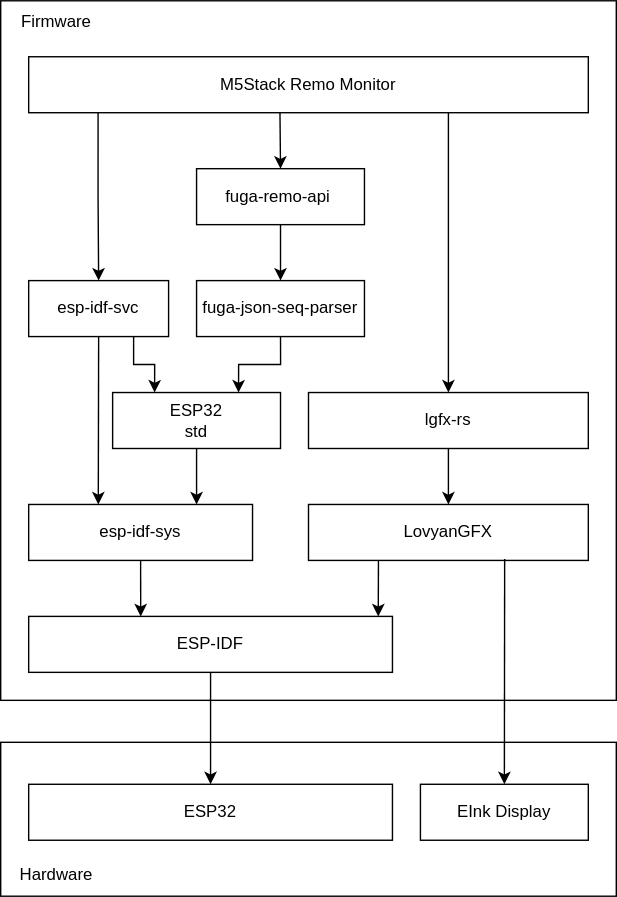
ciniml/m5stack-remo-monitor keeps this draw.io diagram as doc/firmware.drawio.svg. Above is the earlier version. Source tidied: cells renumbered, new cells last; positions are measured from the earlier drawing's top-left corner, leaving out a move shared by most shapes. The source it was exported from:
```xml
<mxGraphModel>
  <root>
    <mxCell id="0" />
    <mxCell id="1" parent="0" />
    <mxCell id="2" style="rounded=0;whiteSpace=wrap;html=1;" parent="1" vertex="1">
      <mxGeometry y="530" width="440" height="110" as="geometry" />
    </mxCell>
    <mxCell id="3" style="rounded=0;whiteSpace=wrap;html=1;" parent="1" vertex="1">
      <mxGeometry width="440" height="500" as="geometry" />
    </mxCell>
    <mxCell id="4" style="edgeStyle=none;html=1;exitX=0.5;exitY=1;exitDx=0;exitDy=0;entryX=0.5;entryY=0;entryDx=0;entryDy=0;" parent="1" edge="1" source="5" target="21">
      <mxGeometry relative="1" as="geometry" />
    </mxCell>
    <mxCell id="5" value="ESP-IDF" style="rounded=0;whiteSpace=wrap;html=1;" parent="1" vertex="1">
      <mxGeometry x="20" y="440" width="260" height="40" as="geometry" />
    </mxCell>
    <mxCell id="6" style="edgeStyle=none;html=1;exitX=0.5;exitY=1;exitDx=0;exitDy=0;entryX=0.308;entryY=0;entryDx=0;entryDy=0;entryPerimeter=0;" parent="1" edge="1" source="7" target="5">
      <mxGeometry relative="1" as="geometry" />
    </mxCell>
    <mxCell id="7" value="esp-idf-sys" style="rounded=0;whiteSpace=wrap;html=1;" parent="1" vertex="1">
      <mxGeometry x="20" y="360" width="160" height="40" as="geometry" />
    </mxCell>
    <mxCell id="8" style="edgeStyle=none;html=1;exitX=0.5;exitY=1;exitDx=0;exitDy=0;entryX=0.311;entryY=0;entryDx=0;entryDy=0;entryPerimeter=0;" parent="1" edge="1" source="11" target="7">
      <mxGeometry relative="1" as="geometry" />
    </mxCell>
    <mxCell id="9" style="edgeStyle=orthogonalEdgeStyle;rounded=0;html=1;exitX=0.124;exitY=1;exitDx=0;exitDy=0;entryX=0.5;entryY=0;entryDx=0;entryDy=0;exitPerimeter=0;" parent="1" edge="1" source="25" target="11">
      <mxGeometry relative="1" as="geometry" />
    </mxCell>
    <mxCell id="10" style="edgeStyle=orthogonalEdgeStyle;rounded=0;html=1;exitX=0.75;exitY=1;exitDx=0;exitDy=0;entryX=0.25;entryY=0;entryDx=0;entryDy=0;" parent="1" edge="1" source="11" target="27">
      <mxGeometry relative="1" as="geometry" />
    </mxCell>
    <mxCell id="11" value="esp-idf-svc" style="rounded=0;whiteSpace=wrap;html=1;" parent="1" vertex="1">
      <mxGeometry x="20" y="200" width="100" height="40" as="geometry" />
    </mxCell>
    <mxCell id="12" style="edgeStyle=none;html=1;exitX=0.25;exitY=1;exitDx=0;exitDy=0;entryX=0.961;entryY=0;entryDx=0;entryDy=0;entryPerimeter=0;" parent="1" edge="1" source="13" target="5">
      <mxGeometry relative="1" as="geometry" />
    </mxCell>
    <mxCell id="13" value="LovyanGFX" style="rounded=0;whiteSpace=wrap;html=1;" parent="1" vertex="1">
      <mxGeometry x="220" y="360" width="200" height="40" as="geometry" />
    </mxCell>
    <mxCell id="14" style="edgeStyle=none;html=1;exitX=0.5;exitY=1;exitDx=0;exitDy=0;entryX=0.5;entryY=0;entryDx=0;entryDy=0;" parent="1" edge="1" source="15" target="13">
      <mxGeometry relative="1" as="geometry" />
    </mxCell>
    <mxCell id="15" value="lgfx-rs" style="rounded=0;whiteSpace=wrap;html=1;" parent="1" vertex="1">
      <mxGeometry x="220" y="280" width="200" height="40" as="geometry" />
    </mxCell>
    <mxCell id="16" style="edgeStyle=none;html=1;exitX=0.449;exitY=0.992;exitDx=0;exitDy=0;entryX=0.5;entryY=0;entryDx=0;entryDy=0;exitPerimeter=0;" parent="1" edge="1" source="25" target="18">
      <mxGeometry relative="1" as="geometry" />
    </mxCell>
    <mxCell id="17" style="edgeStyle=none;html=1;exitX=0.5;exitY=1;exitDx=0;exitDy=0;entryX=0.5;entryY=0;entryDx=0;entryDy=0;" parent="1" edge="1" source="18" target="20">
      <mxGeometry relative="1" as="geometry" />
    </mxCell>
    <mxCell id="18" value="fuga-remo-api&lt;span style=&quot;color: rgba(0, 0, 0, 0); font-family: monospace; font-size: 0px; text-align: start;&quot;&gt;%3CmxGraphModel%3E%3Croot%3E%3CmxCell%20id%3D%220%22%2F%3E%3CmxCell%20id%3D%221%22%20parent%3D%220%22%2F%3E%3CmxCell%20id%3D%222%22%20value%3D%22lgfx-rs%22%20style%3D%22rounded%3D0%3BwhiteSpace%3Dwrap%3Bhtml%3D1%3B%22%20vertex%3D%221%22%20parent%3D%221%22%3E%3CmxGeometry%20x%3D%22540%22%20y%3D%22500%22%20width%3D%22120%22%20height%3D%2260%22%20as%3D%22geometry%22%2F%3E%3C%2FmxCell%3E%3C%2Froot%3E%3C%2FmxGraphModel%3E&lt;/span&gt;" style="rounded=0;whiteSpace=wrap;html=1;" parent="1" vertex="1">
      <mxGeometry x="140" y="120" width="120" height="40" as="geometry" />
    </mxCell>
    <mxCell id="19" style="edgeStyle=orthogonalEdgeStyle;html=1;exitX=0.5;exitY=1;exitDx=0;exitDy=0;entryX=0.75;entryY=0;entryDx=0;entryDy=0;rounded=0;" parent="1" edge="1" source="20" target="27">
      <mxGeometry relative="1" as="geometry" />
    </mxCell>
    <mxCell id="20" value="fuga-json-seq-parser" style="rounded=0;whiteSpace=wrap;html=1;" parent="1" vertex="1">
      <mxGeometry x="140" y="200" width="120" height="40" as="geometry" />
    </mxCell>
    <mxCell id="21" value="ESP32" style="rounded=0;whiteSpace=wrap;html=1;" parent="1" vertex="1">
      <mxGeometry x="20" y="560" width="260" height="40" as="geometry" />
    </mxCell>
    <mxCell id="22" style="edgeStyle=none;html=1;exitX=0.701;exitY=0.975;exitDx=0;exitDy=0;entryX=0.5;entryY=0;entryDx=0;entryDy=0;exitPerimeter=0;" parent="1" edge="1" source="13" target="23">
      <mxGeometry relative="1" as="geometry" />
    </mxCell>
    <mxCell id="23" value="EInk Display" style="rounded=0;whiteSpace=wrap;html=1;" parent="1" vertex="1">
      <mxGeometry x="300" y="560" width="120" height="40" as="geometry" />
    </mxCell>
    <mxCell id="24" style="edgeStyle=none;html=1;exitX=0.75;exitY=1;exitDx=0;exitDy=0;entryX=0.5;entryY=0;entryDx=0;entryDy=0;" parent="1" edge="1" source="25" target="15">
      <mxGeometry relative="1" as="geometry" />
    </mxCell>
    <mxCell id="25" value="M5Stack Remo Monitor" style="rounded=0;whiteSpace=wrap;html=1;" parent="1" vertex="1">
      <mxGeometry x="20" y="40" width="400" height="40" as="geometry" />
    </mxCell>
    <mxCell id="26" style="edgeStyle=none;html=1;exitX=0.5;exitY=1;exitDx=0;exitDy=0;entryX=0.75;entryY=0;entryDx=0;entryDy=0;" parent="1" edge="1" source="27" target="7">
      <mxGeometry relative="1" as="geometry" />
    </mxCell>
    <mxCell id="27" value="ESP32&lt;br&gt;std" style="rounded=0;whiteSpace=wrap;html=1;" parent="1" vertex="1">
      <mxGeometry x="80" y="280" width="120" height="40" as="geometry" />
    </mxCell>
    <mxCell id="28" value="Firmware" style="text;html=1;strokeColor=none;fillColor=none;align=center;verticalAlign=middle;whiteSpace=wrap;rounded=0;" parent="1" vertex="1">
      <mxGeometry width="80" height="30" as="geometry" />
    </mxCell>
    <mxCell id="29" value="Hardware" style="text;html=1;strokeColor=none;fillColor=none;align=center;verticalAlign=middle;whiteSpace=wrap;rounded=0;" parent="1" vertex="1">
      <mxGeometry y="610" width="80" height="30" as="geometry" />
    </mxCell>
  </root>
</mxGraphModel>
```
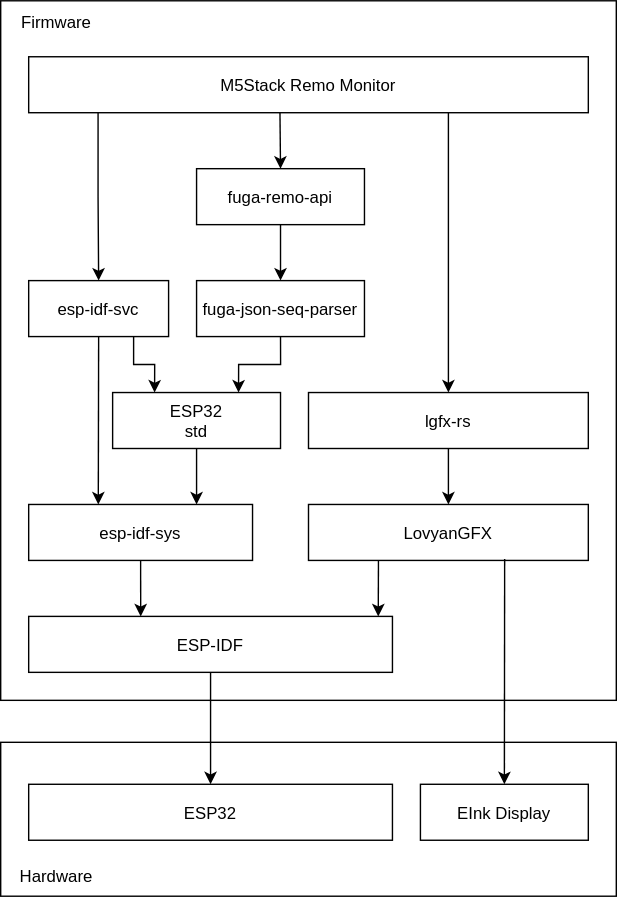
After the change.

What changed in the source:
```diff
@@ -2,88 +2,88 @@
   <root>
     <mxCell id="0" />
     <mxCell id="1" parent="0" />
-    <mxCell id="2" style="rounded=0;whiteSpace=wrap;html=1;" parent="1" vertex="1">
+    <mxCell id="2" style="rounded=0;" parent="1" vertex="1">
       <mxGeometry y="530" width="440" height="110" as="geometry" />
     </mxCell>
-    <mxCell id="3" style="rounded=0;whiteSpace=wrap;html=1;" parent="1" vertex="1">
+    <mxCell id="3" style="rounded=0;" parent="1" vertex="1">
       <mxGeometry width="440" height="500" as="geometry" />
     </mxCell>
-    <mxCell id="4" style="edgeStyle=none;html=1;exitX=0.5;exitY=1;exitDx=0;exitDy=0;entryX=0.5;entryY=0;entryDx=0;entryDy=0;" parent="1" edge="1" source="5" target="21">
+    <mxCell id="4" style="edgeStyle=none;exitX=0.5;exitY=1;exitDx=0;exitDy=0;entryX=0.5;entryY=0;entryDx=0;entryDy=0;" parent="1" edge="1" source="5" target="21">
       <mxGeometry relative="1" as="geometry" />
     </mxCell>
-    <mxCell id="5" value="ESP-IDF" style="rounded=0;whiteSpace=wrap;html=1;" parent="1" vertex="1">
+    <mxCell id="5" value="ESP-IDF" style="rounded=0;" parent="1" vertex="1">
       <mxGeometry x="20" y="440" width="260" height="40" as="geometry" />
     </mxCell>
-    <mxCell id="6" style="edgeStyle=none;html=1;exitX=0.5;exitY=1;exitDx=0;exitDy=0;entryX=0.308;entryY=0;entryDx=0;entryDy=0;entryPerimeter=0;" parent="1" edge="1" source="7" target="5">
+    <mxCell id="6" style="edgeStyle=none;exitX=0.5;exitY=1;exitDx=0;exitDy=0;entryX=0.308;entryY=0;entryDx=0;entryDy=0;entryPerimeter=0;" parent="1" edge="1" source="7" target="5">
       <mxGeometry relative="1" as="geometry" />
     </mxCell>
-    <mxCell id="7" value="esp-idf-sys" style="rounded=0;whiteSpace=wrap;html=1;" parent="1" vertex="1">
+    <mxCell id="7" value="esp-idf-sys" style="rounded=0;" parent="1" vertex="1">
       <mxGeometry x="20" y="360" width="160" height="40" as="geometry" />
     </mxCell>
-    <mxCell id="8" style="edgeStyle=none;html=1;exitX=0.5;exitY=1;exitDx=0;exitDy=0;entryX=0.311;entryY=0;entryDx=0;entryDy=0;entryPerimeter=0;" parent="1" edge="1" source="11" target="7">
+    <mxCell id="8" style="edgeStyle=none;exitX=0.5;exitY=1;exitDx=0;exitDy=0;entryX=0.311;entryY=0;entryDx=0;entryDy=0;entryPerimeter=0;" parent="1" edge="1" source="11" target="7">
       <mxGeometry relative="1" as="geometry" />
     </mxCell>
-    <mxCell id="9" style="edgeStyle=orthogonalEdgeStyle;rounded=0;html=1;exitX=0.124;exitY=1;exitDx=0;exitDy=0;entryX=0.5;entryY=0;entryDx=0;entryDy=0;exitPerimeter=0;" parent="1" edge="1" source="25" target="11">
+    <mxCell id="9" style="edgeStyle=orthogonalEdgeStyle;rounded=0;exitX=0.124;exitY=1;exitDx=0;exitDy=0;entryX=0.5;entryY=0;entryDx=0;entryDy=0;exitPerimeter=0;" parent="1" edge="1" source="25" target="11">
       <mxGeometry relative="1" as="geometry" />
     </mxCell>
-    <mxCell id="10" style="edgeStyle=orthogonalEdgeStyle;rounded=0;html=1;exitX=0.75;exitY=1;exitDx=0;exitDy=0;entryX=0.25;entryY=0;entryDx=0;entryDy=0;" parent="1" edge="1" source="11" target="27">
+    <mxCell id="10" style="edgeStyle=orthogonalEdgeStyle;rounded=0;exitX=0.75;exitY=1;exitDx=0;exitDy=0;entryX=0.25;entryY=0;entryDx=0;entryDy=0;" parent="1" edge="1" source="11" target="27">
       <mxGeometry relative="1" as="geometry" />
     </mxCell>
-    <mxCell id="11" value="esp-idf-svc" style="rounded=0;whiteSpace=wrap;html=1;" parent="1" vertex="1">
+    <mxCell id="11" value="esp-idf-svc" style="rounded=0;" parent="1" vertex="1">
       <mxGeometry x="20" y="200" width="100" height="40" as="geometry" />
     </mxCell>
-    <mxCell id="12" style="edgeStyle=none;html=1;exitX=0.25;exitY=1;exitDx=0;exitDy=0;entryX=0.961;entryY=0;entryDx=0;entryDy=0;entryPerimeter=0;" parent="1" edge="1" source="13" target="5">
+    <mxCell id="12" style="edgeStyle=none;exitX=0.25;exitY=1;exitDx=0;exitDy=0;entryX=0.961;entryY=0;entryDx=0;entryDy=0;entryPerimeter=0;" parent="1" edge="1" source="13" target="5">
       <mxGeometry relative="1" as="geometry" />
     </mxCell>
-    <mxCell id="13" value="LovyanGFX" style="rounded=0;whiteSpace=wrap;html=1;" parent="1" vertex="1">
+    <mxCell id="13" value="LovyanGFX" style="rounded=0;" parent="1" vertex="1">
       <mxGeometry x="220" y="360" width="200" height="40" as="geometry" />
     </mxCell>
-    <mxCell id="14" style="edgeStyle=none;html=1;exitX=0.5;exitY=1;exitDx=0;exitDy=0;entryX=0.5;entryY=0;entryDx=0;entryDy=0;" parent="1" edge="1" source="15" target="13">
+    <mxCell id="14" style="edgeStyle=none;exitX=0.5;exitY=1;exitDx=0;exitDy=0;entryX=0.5;entryY=0;entryDx=0;entryDy=0;" parent="1" edge="1" source="15" target="13">
       <mxGeometry relative="1" as="geometry" />
     </mxCell>
-    <mxCell id="15" value="lgfx-rs" style="rounded=0;whiteSpace=wrap;html=1;" parent="1" vertex="1">
+    <mxCell id="15" value="lgfx-rs" style="rounded=0;" parent="1" vertex="1">
       <mxGeometry x="220" y="280" width="200" height="40" as="geometry" />
     </mxCell>
-    <mxCell id="16" style="edgeStyle=none;html=1;exitX=0.449;exitY=0.992;exitDx=0;exitDy=0;entryX=0.5;entryY=0;entryDx=0;entryDy=0;exitPerimeter=0;" parent="1" edge="1" source="25" target="18">
+    <mxCell id="16" style="edgeStyle=none;exitX=0.449;exitY=0.992;exitDx=0;exitDy=0;entryX=0.5;entryY=0;entryDx=0;entryDy=0;exitPerimeter=0;" parent="1" edge="1" source="25" target="18">
       <mxGeometry relative="1" as="geometry" />
     </mxCell>
-    <mxCell id="17" style="edgeStyle=none;html=1;exitX=0.5;exitY=1;exitDx=0;exitDy=0;entryX=0.5;entryY=0;entryDx=0;entryDy=0;" parent="1" edge="1" source="18" target="20">
+    <mxCell id="17" style="edgeStyle=none;exitX=0.5;exitY=1;exitDx=0;exitDy=0;entryX=0.5;entryY=0;entryDx=0;entryDy=0;" parent="1" edge="1" source="18" target="20">
       <mxGeometry relative="1" as="geometry" />
     </mxCell>
-    <mxCell id="18" value="fuga-remo-api&lt;span style=&quot;color: rgba(0, 0, 0, 0); font-family: monospace; font-size: 0px; text-align: start;&quot;&gt;%3CmxGraphModel%3E%3Croot%3E%3CmxCell%20id%3D%220%22%2F%3E%3CmxCell%20id%3D%221%22%20parent%3D%220%22%2F%3E%3CmxCell%20id%3D%222%22%20value%3D%22lgfx-rs%22%20style%3D%22rounded%3D0%3BwhiteSpace%3Dwrap%3Bhtml%3D1%3B%22%20vertex%3D%221%22%20parent%3D%221%22%3E%3CmxGeometry%20x%3D%22540%22%20y%3D%22500%22%20width%3D%22120%22%20height%3D%2260%22%20as%3D%22geometry%22%2F%3E%3C%2FmxCell%3E%3C%2Froot%3E%3C%2FmxGraphModel%3E&lt;/span&gt;" style="rounded=0;whiteSpace=wrap;html=1;" parent="1" vertex="1">
+    <mxCell id="18" value="fuga-remo-api" style="rounded=0;" parent="1" vertex="1">
       <mxGeometry x="140" y="120" width="120" height="40" as="geometry" />
     </mxCell>
-    <mxCell id="19" style="edgeStyle=orthogonalEdgeStyle;html=1;exitX=0.5;exitY=1;exitDx=0;exitDy=0;entryX=0.75;entryY=0;entryDx=0;entryDy=0;rounded=0;" parent="1" edge="1" source="20" target="27">
+    <mxCell id="19" style="edgeStyle=orthogonalEdgeStyle;exitX=0.5;exitY=1;exitDx=0;exitDy=0;entryX=0.75;entryY=0;entryDx=0;entryDy=0;rounded=0;" parent="1" edge="1" source="20" target="27">
       <mxGeometry relative="1" as="geometry" />
     </mxCell>
-    <mxCell id="20" value="fuga-json-seq-parser" style="rounded=0;whiteSpace=wrap;html=1;" parent="1" vertex="1">
+    <mxCell id="20" value="fuga-json-seq-parser" style="rounded=0;" parent="1" vertex="1">
       <mxGeometry x="140" y="200" width="120" height="40" as="geometry" />
     </mxCell>
-    <mxCell id="21" value="ESP32" style="rounded=0;whiteSpace=wrap;html=1;" parent="1" vertex="1">
+    <mxCell id="21" value="ESP32" style="rounded=0;" parent="1" vertex="1">
       <mxGeometry x="20" y="560" width="260" height="40" as="geometry" />
     </mxCell>
-    <mxCell id="22" style="edgeStyle=none;html=1;exitX=0.701;exitY=0.975;exitDx=0;exitDy=0;entryX=0.5;entryY=0;entryDx=0;entryDy=0;exitPerimeter=0;" parent="1" edge="1" source="13" target="23">
+    <mxCell id="22" style="edgeStyle=none;exitX=0.701;exitY=0.975;exitDx=0;exitDy=0;entryX=0.5;entryY=0;entryDx=0;entryDy=0;exitPerimeter=0;" parent="1" edge="1" source="13" target="23">
       <mxGeometry relative="1" as="geometry" />
     </mxCell>
-    <mxCell id="23" value="EInk Display" style="rounded=0;whiteSpace=wrap;html=1;" parent="1" vertex="1">
+    <mxCell id="23" value="EInk Display" style="rounded=0;" parent="1" vertex="1">
       <mxGeometry x="300" y="560" width="120" height="40" as="geometry" />
     </mxCell>
-    <mxCell id="24" style="edgeStyle=none;html=1;exitX=0.75;exitY=1;exitDx=0;exitDy=0;entryX=0.5;entryY=0;entryDx=0;entryDy=0;" parent="1" edge="1" source="25" target="15">
+    <mxCell id="24" style="edgeStyle=none;exitX=0.75;exitY=1;exitDx=0;exitDy=0;entryX=0.5;entryY=0;entryDx=0;entryDy=0;" parent="1" edge="1" source="25" target="15">
       <mxGeometry relative="1" as="geometry" />
     </mxCell>
-    <mxCell id="25" value="M5Stack Remo Monitor" style="rounded=0;whiteSpace=wrap;html=1;" parent="1" vertex="1">
+    <mxCell id="25" value="M5Stack Remo Monitor" style="rounded=0;" parent="1" vertex="1">
       <mxGeometry x="20" y="40" width="400" height="40" as="geometry" />
     </mxCell>
-    <mxCell id="26" style="edgeStyle=none;html=1;exitX=0.5;exitY=1;exitDx=0;exitDy=0;entryX=0.75;entryY=0;entryDx=0;entryDy=0;" parent="1" edge="1" source="27" target="7">
+    <mxCell id="26" style="edgeStyle=none;exitX=0.5;exitY=1;exitDx=0;exitDy=0;entryX=0.75;entryY=0;entryDx=0;entryDy=0;" parent="1" edge="1" source="27" target="7">
       <mxGeometry relative="1" as="geometry" />
     </mxCell>
-    <mxCell id="27" value="ESP32&lt;br&gt;std" style="rounded=0;whiteSpace=wrap;html=1;" parent="1" vertex="1">
+    <mxCell id="27" value="ESP32&#10;std" style="rounded=0;" parent="1" vertex="1">
       <mxGeometry x="80" y="280" width="120" height="40" as="geometry" />
     </mxCell>
-    <mxCell id="28" value="Firmware" style="text;html=1;strokeColor=none;fillColor=none;align=center;verticalAlign=middle;whiteSpace=wrap;rounded=0;" parent="1" vertex="1">
+    <mxCell id="28" value="Firmware" style="text;strokeColor=none;fillColor=none;align=center;verticalAlign=middle;rounded=0;" parent="1" vertex="1">
       <mxGeometry width="80" height="30" as="geometry" />
     </mxCell>
-    <mxCell id="29" value="Hardware" style="text;html=1;strokeColor=none;fillColor=none;align=center;verticalAlign=middle;whiteSpace=wrap;rounded=0;" parent="1" vertex="1">
+    <mxCell id="29" value="Hardware" style="text;strokeColor=none;fillColor=none;align=center;verticalAlign=middle;rounded=0;" parent="1" vertex="1">
       <mxGeometry y="610" width="80" height="30" as="geometry" />
     </mxCell>
   </root>
```
